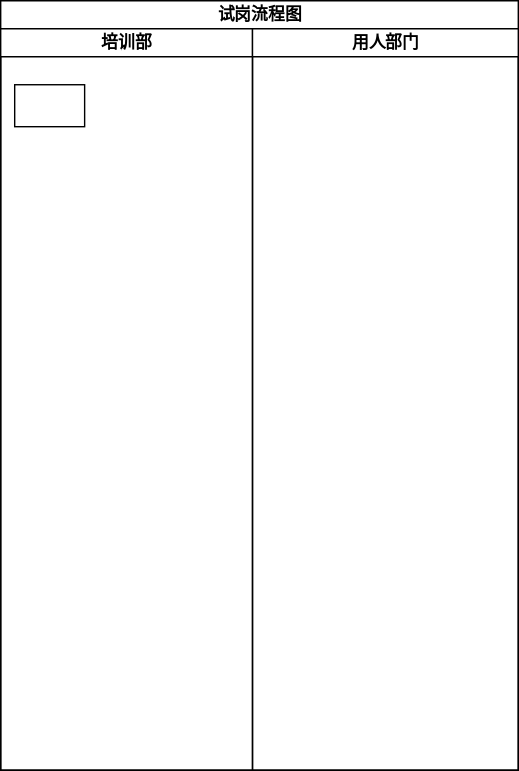
Earlier version of the draw.io export 试岗流程图.svg (imgwho/practice). Source tidied: cells renumbered, new cells last; positions are measured from the earlier drawing's top-left corner, leaving out a move shared by most shapes.
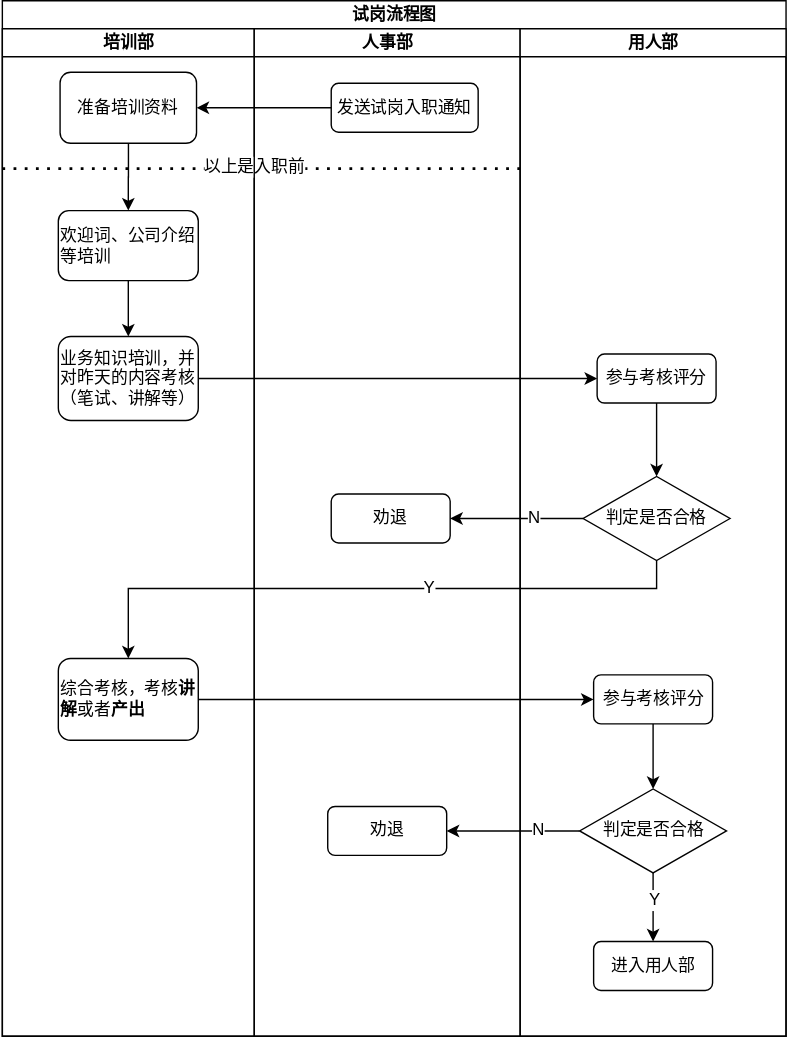
After the change.

Commit message:
试岗流程图.svg

Diff of the diagram source:
```diff
@@ -3,16 +3,118 @@
     <mxCell id="0" />
     <mxCell id="1" parent="0" />
     <mxCell id="2" value="试岗流程图" style="swimlane;html=1;startSize=20;shadow=0;" parent="1" vertex="1">
-      <mxGeometry width="370" height="550" as="geometry" />
+      <mxGeometry width="560" height="740" as="geometry" />
     </mxCell>
     <mxCell id="3" value="培训部" style="swimlane;html=1;startSize=20;" parent="2" vertex="1">
-      <mxGeometry y="20" width="180" height="530" as="geometry" />
+      <mxGeometry y="20" width="180" height="720" as="geometry" />
     </mxCell>
-    <mxCell id="4" style="rounded=0;whiteSpace=wrap;html=1;shadow=0;" parent="3" vertex="1">
-      <mxGeometry x="10" y="40" width="50" height="30" as="geometry" />
-    </mxCell>
+    <mxCell id="6" style="edgeStyle=orthogonalEdgeStyle;rounded=0;jettySize=auto;html=1;entryX=0.5;entryY=0;entryDx=0;entryDy=0;fontSize=12;" parent="3" edge="1" source="7" target="11">
+      <mxGeometry relative="1" as="geometry" />
+    </mxCell>
+    <mxCell id="7" value="准备培训资料" style="rounded=1;whiteSpace=wrap;html=1;shadow=0;align=center;" parent="3" vertex="1">
+      <mxGeometry x="41.2" y="31.1" width="97.5" height="50.8" as="geometry" />
+    </mxCell>
+    <mxCell id="8" style="endArrow=none;dashed=1;html=1;dashPattern=1 3;strokeWidth=2;" parent="3" edge="1">
+      <mxGeometry relative="1" as="geometry">
+        <mxPoint y="100" as="sourcePoint" />
+        <mxPoint x="370" y="100" as="targetPoint" />
+      </mxGeometry>
+    </mxCell>
+    <mxCell id="9" value="以上是入职前" style="edgeLabel;html=1;align=center;verticalAlign=middle;fontSize=12;" parent="8" vertex="1">
+      <mxGeometry x="-0.21" y="-3" relative="1" as="geometry">
+        <mxPoint x="34.7" y="-5" as="offset" />
+      </mxGeometry>
+    </mxCell>
+    <mxCell id="10" style="edgeStyle=orthogonalEdgeStyle;rounded=0;jettySize=auto;html=1;entryX=0.5;entryY=0;entryDx=0;entryDy=0;fontSize=12;" parent="3" edge="1" source="11" target="12">
+      <mxGeometry relative="1" as="geometry" />
+    </mxCell>
+    <mxCell id="11" value="欢迎词、公司介绍等培训" style="rounded=1;whiteSpace=wrap;html=1;shadow=0;align=left;" parent="3" vertex="1">
+      <mxGeometry x="40" y="130" width="100" height="50" as="geometry" />
+    </mxCell>
+    <mxCell id="12" value="业务知识培训，并对昨天的内容考核（笔试、讲解等）" style="rounded=1;whiteSpace=wrap;html=1;shadow=0;align=left;" parent="3" vertex="1">
+      <mxGeometry x="40" y="220" width="100" height="60" as="geometry" />
+    </mxCell>
+    <mxCell id="13" value="综合考核，考核&lt;b&gt;讲解&lt;/b&gt;或者&lt;b&gt;产出&lt;/b&gt;" style="rounded=1;whiteSpace=wrap;html=1;shadow=0;align=left;" parent="3" vertex="1">
+      <mxGeometry x="40" y="450" width="100" height="58.5" as="geometry" />
+    </mxCell>
-    <mxCell id="5" value="用人部门" style="swimlane;html=1;startSize=20;" parent="2" vertex="1">
-      <mxGeometry x="180" y="20" width="190" height="530" as="geometry" />
+    <mxCell id="5" value="人事部" style="swimlane;html=1;startSize=20;" parent="2" vertex="1">
+      <mxGeometry x="180" y="20" width="190" height="720" as="geometry" />
     </mxCell>
+    <mxCell id="14" value="发送试岗入职通知" style="rounded=1;whiteSpace=wrap;html=1;shadow=0;" parent="5" vertex="1">
+      <mxGeometry x="55" y="39" width="105" height="35" as="geometry" />
+    </mxCell>
+    <mxCell id="15" value="劝退" style="rounded=1;whiteSpace=wrap;html=1;shadow=0;align=center;" parent="5" vertex="1">
+      <mxGeometry x="52.5" y="555.8" width="85" height="35" as="geometry" />
+    </mxCell>
+    <mxCell id="16" value="劝退" style="rounded=1;whiteSpace=wrap;html=1;shadow=0;align=center;" parent="5" vertex="1">
+      <mxGeometry x="55" y="332.5" width="85" height="35" as="geometry" />
+    </mxCell>
+    <mxCell id="17" style="edgeStyle=orthogonalEdgeStyle;rounded=0;jettySize=auto;html=1;fontSize=12;" parent="2" edge="1" source="13" target="24">
+      <mxGeometry relative="1" as="geometry" />
+    </mxCell>
+    <mxCell id="18" style="edgeStyle=orthogonalEdgeStyle;rounded=0;jettySize=auto;html=1;entryX=1;entryY=0.5;entryDx=0;entryDy=0;fontSize=12;" parent="2" edge="1" source="27" target="15">
+      <mxGeometry relative="1" as="geometry" />
+    </mxCell>
+    <mxCell id="19" value="N" style="edgeLabel;html=1;align=center;verticalAlign=middle;fontSize=12;" parent="18" vertex="1">
+      <mxGeometry x="-0.38" y="1" relative="1" as="geometry">
+        <mxPoint y="-2" as="offset" />
+      </mxGeometry>
+    </mxCell>
+    <mxCell id="20" value="用人部" style="swimlane;html=1;startSize=20;" parent="2" vertex="1">
+      <mxGeometry x="370" y="20" width="190" height="720" as="geometry" />
+    </mxCell>
+    <mxCell id="21" style="edgeStyle=orthogonalEdgeStyle;rounded=0;jettySize=auto;html=1;entryX=0;entryY=0.5;entryDx=0;entryDy=0;fontSize=12;" parent="20" edge="1" source="22" target="29">
+      <mxGeometry relative="1" as="geometry" />
+    </mxCell>
+    <mxCell id="22" value="参与考核评分" style="rounded=1;whiteSpace=wrap;html=1;shadow=0;align=center;" parent="20" vertex="1">
+      <mxGeometry x="55" y="232.5" width="85" height="35" as="geometry" />
+    </mxCell>
+    <mxCell id="23" style="edgeStyle=orthogonalEdgeStyle;rounded=0;jettySize=auto;html=1;fontSize=12;" parent="20" edge="1" source="24" target="27">
+      <mxGeometry relative="1" as="geometry" />
+    </mxCell>
+    <mxCell id="24" value="参与考核评分" style="rounded=1;whiteSpace=wrap;html=1;shadow=0;align=center;" parent="20" vertex="1">
+      <mxGeometry x="52.5" y="461.8" width="85" height="35" as="geometry" />
+    </mxCell>
+    <mxCell id="25" style="edgeStyle=orthogonalEdgeStyle;rounded=0;jettySize=auto;html=1;entryX=0.5;entryY=0;entryDx=0;entryDy=0;fontSize=12;" parent="20" edge="1" source="27" target="28">
+      <mxGeometry relative="1" as="geometry" />
+    </mxCell>
+    <mxCell id="26" value="Y" style="edgeLabel;html=1;align=center;verticalAlign=middle;fontSize=12;" parent="25" vertex="1">
+      <mxGeometry x="-0.23" relative="1" as="geometry" />
+    </mxCell>
+    <mxCell id="27" value="判定是否合格" style="rhombus;whiteSpace=wrap;html=1;shadow=0;fontSize=12;align=center;direction=south;" parent="20" vertex="1">
+      <mxGeometry x="42.5" y="543.2" width="105" height="60" as="geometry" />
+    </mxCell>
+    <mxCell id="28" value="进入用人部" style="rounded=1;whiteSpace=wrap;html=1;shadow=0;align=center;" parent="20" vertex="1">
+      <mxGeometry x="52.5" y="652.2" width="85" height="35" as="geometry" />
+    </mxCell>
+    <mxCell id="29" value="判定是否合格" style="rhombus;whiteSpace=wrap;html=1;shadow=0;fontSize=12;align=center;direction=south;" parent="20" vertex="1">
+      <mxGeometry x="45" y="320" width="105" height="60" as="geometry" />
+    </mxCell>
+    <mxCell id="30" style="edgeStyle=orthogonalEdgeStyle;rounded=0;jettySize=auto;html=1;entryX=1;entryY=0.5;entryDx=0;entryDy=0;" parent="2" edge="1" source="14" target="7">
+      <mxGeometry relative="1" as="geometry" />
+    </mxCell>
+    <mxCell id="31" style="edgeStyle=orthogonalEdgeStyle;rounded=0;jettySize=auto;html=1;entryX=0;entryY=0.5;entryDx=0;entryDy=0;fontSize=12;" parent="2" edge="1" source="12" target="22">
+      <mxGeometry relative="1" as="geometry" />
+    </mxCell>
+    <mxCell id="32" style="edgeStyle=orthogonalEdgeStyle;rounded=0;jettySize=auto;html=1;entryX=1;entryY=0.5;entryDx=0;entryDy=0;fontSize=12;" parent="2" edge="1" source="29" target="16">
+      <mxGeometry relative="1" as="geometry" />
+    </mxCell>
+    <mxCell id="33" value="N" style="edgeLabel;html=1;align=center;verticalAlign=middle;fontSize=12;" parent="32" vertex="1">
+      <mxGeometry x="-0.24" y="-1" relative="1" as="geometry" />
+    </mxCell>
+    <mxCell id="34" style="rounded=0;jettySize=auto;html=1;exitX=1;exitY=0.5;exitDx=0;exitDy=0;fontSize=12;edgeStyle=orthogonalEdgeStyle;" parent="2" edge="1" source="29">
+      <mxGeometry relative="1" as="geometry">
+        <mxPoint x="90" y="470" as="targetPoint" />
+        <Array as="points">
+          <mxPoint x="468" y="420" />
+          <mxPoint x="90" y="420" />
+        </Array>
+      </mxGeometry>
+    </mxCell>
+    <mxCell id="35" value="Y" style="edgeLabel;html=1;align=center;verticalAlign=middle;fontSize=12;" parent="34" vertex="1">
+      <mxGeometry x="-0.24" y="-1" relative="1" as="geometry">
+        <mxPoint x="-13.3" as="offset" />
+      </mxGeometry>
+    </mxCell>
   </root>
 </mxGraphModel>
```
